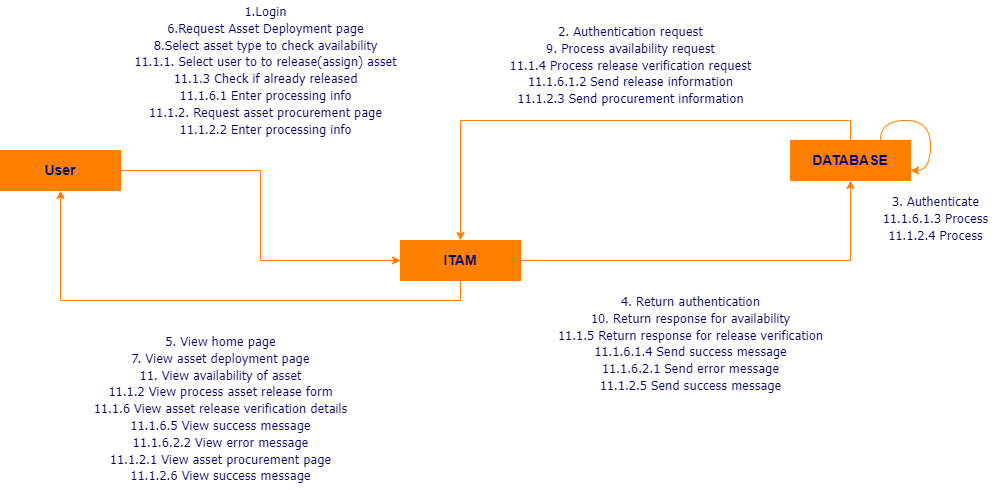
The draw.io diagram itam-uml/itam-communication-diagram/itam-communication-diagram-asset-release.png in kxh03/itam, before a commit. Source tidied: cells renumbered, new cells last; positions are measured from the earlier drawing's top-left corner, leaving out a move shared by most shapes.
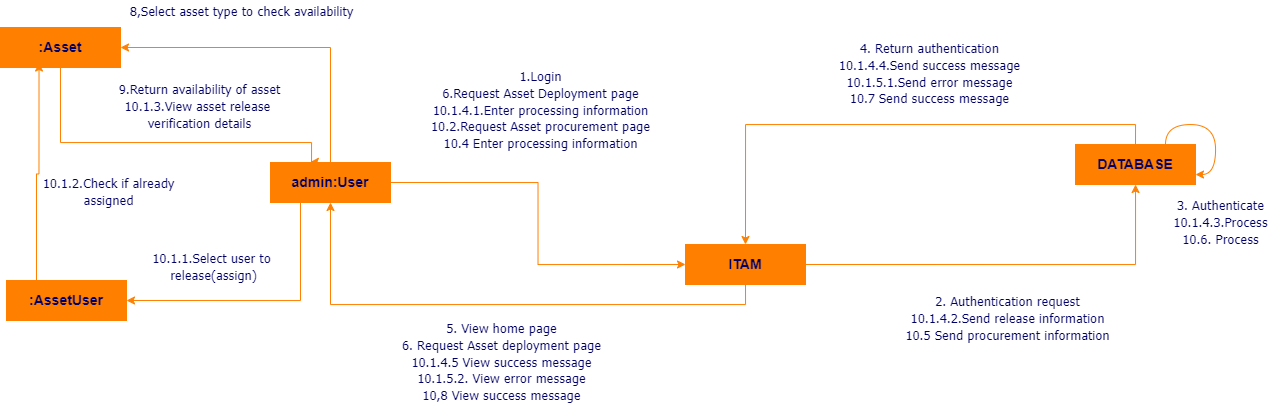
The same diagram one commit later.

Commit message:
Fix sequence and communication diagrams

Change to the diagram source:
```diff
@@ -20,26 +20,62 @@
     <mxCell id="7" style="edgeStyle=orthogonalEdgeStyle;rounded=0;jettySize=auto;html=1;exitX=1;exitY=0.5;exitDx=0;exitDy=0;entryX=0;entryY=0.5;entryDx=0;entryDy=0;strokeColor=#FF8000;" parent="1" edge="1" source="8" target="4">
       <mxGeometry relative="1" as="geometry" />
     </mxCell>
+    <mxCell id="15" style="edgeStyle=orthogonalEdgeStyle;rounded=0;jettySize=auto;html=1;exitX=0.5;exitY=0;exitDx=0;exitDy=0;entryX=1;entryY=0.5;entryDx=0;entryDy=0;strokeColor=#FF8000;" parent="1" edge="1" source="8" target="18">
+      <mxGeometry relative="1" as="geometry" />
+    </mxCell>
+    <mxCell id="16" style="edgeStyle=orthogonalEdgeStyle;rounded=0;jettySize=auto;html=1;exitX=0.25;exitY=1;exitDx=0;exitDy=0;entryX=1;entryY=0.5;entryDx=0;entryDy=0;strokeColor=#FF8000;" parent="1" edge="1" source="8" target="19">
+      <mxGeometry relative="1" as="geometry" />
+    </mxCell>
-    <mxCell id="8" value="&lt;font color=&quot;#000066&quot;&gt;&lt;span style=&quot;font-size: 14px;&quot;&gt;&lt;b&gt;User&lt;/b&gt;&lt;/span&gt;&lt;/font&gt;" style="rounded=0;whiteSpace=wrap;html=1;strokeColor=#FF8000;fillColor=#FF8000;" parent="1" vertex="1">
-      <mxGeometry y="150" width="120" height="40" as="geometry" />
+    <mxCell id="8" value="&lt;font color=&quot;#000066&quot;&gt;&lt;span style=&quot;font-size: 14px;&quot;&gt;&lt;b&gt;admin:User&lt;/b&gt;&lt;/span&gt;&lt;/font&gt;" style="rounded=0;whiteSpace=wrap;html=1;strokeColor=#FF8000;fillColor=#FF8000;" parent="1" vertex="1">
+      <mxGeometry x="-15" y="158" width="120" height="40" as="geometry" />
     </mxCell>
-    <mxCell id="9" value="&lt;div style=&quot;text-align: center&quot;&gt;&lt;span style=&quot;font-size: 13px;&quot;&gt;1.Login&lt;/span&gt;&lt;/div&gt;&lt;div style=&quot;text-align: center&quot;&gt;&lt;span style=&quot;font-size: 13px; background-color: initial;&quot;&gt;6.Request Asset Deployment page&lt;/span&gt;&lt;br&gt;&lt;/div&gt;&lt;div style=&quot;text-align: center&quot;&gt;&lt;span style=&quot;font-size: 13px; background-color: initial;&quot;&gt;8.Select asset type to check availability&lt;/span&gt;&lt;br&gt;&lt;/div&gt;&lt;div style=&quot;text-align: center&quot;&gt;&lt;span style=&quot;font-size: 13px; background-color: initial;&quot;&gt;11.1.1. Select user to to release(assign) asset&lt;/span&gt;&lt;/div&gt;&lt;div style=&quot;text-align: center&quot;&gt;&lt;span style=&quot;font-size: 13px; background-color: initial;&quot;&gt;11.1.3 Check if already released&lt;/span&gt;&lt;/div&gt;&lt;div style=&quot;text-align: center&quot;&gt;&lt;span style=&quot;font-size: 13px; background-color: initial;&quot;&gt;11.1.6.1 Enter processing info&lt;/span&gt;&lt;/div&gt;&lt;div style=&quot;text-align: center&quot;&gt;&lt;span style=&quot;font-size: 13px; background-color: initial;&quot;&gt;11.1.2. Request asset procurement page&lt;/span&gt;&lt;/div&gt;&lt;div style=&quot;text-align: center&quot;&gt;&lt;span style=&quot;font-size: 13px; background-color: initial;&quot;&gt;11.1.2.2 Enter processing info&lt;/span&gt;&lt;/div&gt;&lt;div style=&quot;text-align: center&quot;&gt;&lt;span style=&quot;font-size: 13px; background-color: initial;&quot;&gt;&lt;br&gt;&lt;/span&gt;&lt;/div&gt;&lt;div style=&quot;text-align: center&quot;&gt;&lt;br&gt;&lt;/div&gt;" style="text;html=1;align=center;verticalAlign=top;spacingTop=-4;fontSize=14;fontFamily=Tahoma;fontColor=#000066;" parent="1" vertex="1">
-      <mxGeometry x="120" width="290" height="180" as="geometry" />
+    <mxCell id="9" value="&lt;div style=&quot;text-align: center&quot;&gt;&lt;span style=&quot;font-size: 13px;&quot;&gt;1.Login&lt;/span&gt;&lt;/div&gt;&lt;div style=&quot;text-align: center&quot;&gt;&lt;span style=&quot;font-size: 13px; background-color: initial;&quot;&gt;6.Request Asset Deployment page&lt;/span&gt;&lt;br&gt;&lt;/div&gt;&lt;div style=&quot;text-align: center&quot;&gt;&lt;span style=&quot;font-size: 13px;&quot;&gt;10.1.4.1.Enter processing information&lt;/span&gt;&lt;/div&gt;&lt;div style=&quot;text-align: center&quot;&gt;&lt;span style=&quot;font-size: 13px;&quot;&gt;10.2.Request Asset procurement page&lt;/span&gt;&lt;/div&gt;&lt;div style=&quot;text-align: center&quot;&gt;&lt;span style=&quot;font-size: 13px;&quot;&gt;10.4 Enter processing information&lt;/span&gt;&lt;/div&gt;&lt;div style=&quot;text-align: center&quot;&gt;&lt;span style=&quot;font-size: 13px; background-color: initial;&quot;&gt;&lt;br&gt;&lt;/span&gt;&lt;/div&gt;&lt;div style=&quot;text-align: center&quot;&gt;&lt;br&gt;&lt;/div&gt;" style="text;html=1;align=center;verticalAlign=top;spacingTop=-4;fontSize=14;fontFamily=Tahoma;fontColor=#000066;" parent="1" vertex="1">
+      <mxGeometry x="136" y="61" width="237" height="125" as="geometry" />
     </mxCell>
-    <mxCell id="10" value="&lt;div style=&quot;text-align: center&quot;&gt;&lt;span style=&quot;font-size: 13px;&quot;&gt;2. Authentication request&lt;/span&gt;&lt;/div&gt;&lt;div style=&quot;text-align: center&quot;&gt;&lt;span style=&quot;font-size: 13px;&quot;&gt;9. Process availability request&lt;/span&gt;&lt;/div&gt;&lt;div style=&quot;text-align: center&quot;&gt;&lt;span style=&quot;font-size: 13px;&quot;&gt;11.1.4 Process release verification request&lt;/span&gt;&lt;/div&gt;&lt;div style=&quot;text-align: center&quot;&gt;&lt;span style=&quot;font-size: 13px;&quot;&gt;11.1.6.1.2 Send release information&lt;/span&gt;&lt;/div&gt;&lt;div style=&quot;text-align: center&quot;&gt;&lt;span style=&quot;font-size: 13px;&quot;&gt;11.1.2.3 Send procurement information&lt;/span&gt;&lt;/div&gt;" style="text;html=1;align=center;verticalAlign=top;spacingTop=-4;fontSize=14;fontFamily=Tahoma;fontColor=#000066;" parent="1" vertex="1">
-      <mxGeometry x="495" y="20" width="270" height="90" as="geometry" />
+    <mxCell id="10" value="&lt;div style=&quot;text-align: center&quot;&gt;&lt;span style=&quot;font-size: 13px;&quot;&gt;4. Return authentication&lt;/span&gt;&lt;/div&gt;&lt;div style=&quot;text-align: center&quot;&gt;&lt;span style=&quot;font-size: 13px;&quot;&gt;10.1.4.4.Send success message&lt;/span&gt;&lt;/div&gt;&lt;div style=&quot;text-align: center&quot;&gt;&lt;span style=&quot;font-size: 13px;&quot;&gt;10.1.5.1.Send error message&lt;/span&gt;&lt;/div&gt;&lt;div style=&quot;text-align: center&quot;&gt;&lt;span style=&quot;font-size: 13px;&quot;&gt;10.7 Send success message&lt;/span&gt;&lt;/div&gt;" style="text;html=1;align=center;verticalAlign=top;spacingTop=-4;fontSize=14;fontFamily=Tahoma;fontColor=#000066;" parent="1" vertex="1">
+      <mxGeometry x="544" y="33" width="199" height="74" as="geometry" />
     </mxCell>
-    <mxCell id="11" value="&lt;div style=&quot;text-align: center&quot;&gt;&lt;span style=&quot;font-size: 13px;&quot;&gt;4. Return authentication&lt;/span&gt;&lt;/div&gt;&lt;div style=&quot;text-align: center&quot;&gt;&lt;span style=&quot;font-size: 13px;&quot;&gt;10. Return response for availability&lt;/span&gt;&lt;/div&gt;&lt;div style=&quot;text-align: center&quot;&gt;&lt;span style=&quot;font-size: 13px;&quot;&gt;11.1.5 Return response for release verification&lt;/span&gt;&lt;/div&gt;&lt;div style=&quot;text-align: center&quot;&gt;&lt;span style=&quot;font-size: 13px;&quot;&gt;11.1.6.1.4 Send success message&lt;/span&gt;&lt;/div&gt;&lt;div style=&quot;text-align: center&quot;&gt;&lt;span style=&quot;font-size: 13px;&quot;&gt;11.1.6.2.1 Send error message&lt;/span&gt;&lt;/div&gt;&lt;div style=&quot;text-align: center&quot;&gt;&lt;span style=&quot;font-size: 13px;&quot;&gt;11.1.2.5 Send success message&lt;/span&gt;&lt;/div&gt;" style="text;html=1;align=center;verticalAlign=top;spacingTop=-4;fontSize=14;fontFamily=Tahoma;fontColor=#000066;" parent="1" vertex="1">
-      <mxGeometry x="545" y="290" width="290" height="110" as="geometry" />
+    <mxCell id="11" value="&lt;div style=&quot;text-align: center&quot;&gt;&lt;span style=&quot;font-size: 13px;&quot;&gt;2. Authentication request&lt;/span&gt;&lt;/div&gt;&lt;div style=&quot;text-align: center&quot;&gt;&lt;span style=&quot;font-size: 13px;&quot;&gt;10.1.4.2.Send release information&lt;/span&gt;&lt;/div&gt;&lt;div style=&quot;text-align: center&quot;&gt;&lt;span style=&quot;font-size: 13px;&quot;&gt;10.5 Send procurement information&lt;/span&gt;&lt;/div&gt;" style="text;html=1;align=center;verticalAlign=top;spacingTop=-4;fontSize=14;fontFamily=Tahoma;fontColor=#000066;" parent="1" vertex="1">
+      <mxGeometry x="611" y="286" width="222" height="57" as="geometry" />
     </mxCell>
     <mxCell id="12" style="edgeStyle=orthogonalEdgeStyle;orthogonalLoop=1;jettySize=auto;html=1;exitX=0.75;exitY=0;exitDx=0;exitDy=0;entryX=1;entryY=0.75;entryDx=0;entryDy=0;curved=1;strokeColor=#FF8000;" parent="1" edge="1" source="6" target="6">
       <mxGeometry relative="1" as="geometry" />
     </mxCell>
-    <mxCell id="13" value="&lt;div style=&quot;text-align: center&quot;&gt;&lt;span style=&quot;font-size: 13px;&quot;&gt;3. Authenticate&lt;/span&gt;&lt;/div&gt;&lt;div style=&quot;text-align: center&quot;&gt;&lt;span style=&quot;font-size: 13px;&quot;&gt;11.1.6.1.3 Process&lt;/span&gt;&lt;/div&gt;&lt;div style=&quot;text-align: center&quot;&gt;&lt;span style=&quot;font-size: 13px;&quot;&gt;11.1.2.4&amp;nbsp;&lt;/span&gt;&lt;span style=&quot;font-size: 13px; background-color: initial;&quot;&gt;Process&lt;/span&gt;&lt;/div&gt;" style="text;html=1;align=center;verticalAlign=top;spacingTop=-4;fontSize=14;fontFamily=Tahoma;fontColor=#000066;" parent="1" vertex="1">
-      <mxGeometry x="873" y="190" width="124" height="56" as="geometry" />
+    <mxCell id="13" value="&lt;div style=&quot;text-align: center&quot;&gt;&lt;span style=&quot;font-size: 13px;&quot;&gt;3. Authenticate&lt;/span&gt;&lt;/div&gt;&lt;div style=&quot;text-align: center&quot;&gt;&lt;span style=&quot;font-size: 13px;&quot;&gt;10.1.4.3.Process&lt;/span&gt;&lt;/div&gt;&lt;div style=&quot;text-align: center&quot;&gt;&lt;span style=&quot;font-size: 13px;&quot;&gt;10.6.&amp;nbsp;&lt;/span&gt;&lt;span style=&quot;font-size: 13px; background-color: initial;&quot;&gt;Process&lt;/span&gt;&lt;/div&gt;" style="text;html=1;align=center;verticalAlign=top;spacingTop=-4;fontSize=14;fontFamily=Tahoma;fontColor=#000066;" parent="1" vertex="1">
+      <mxGeometry x="879" y="190" width="112" height="57" as="geometry" />
     </mxCell>
-    <mxCell id="14" value="&lt;div style=&quot;text-align: center&quot;&gt;&lt;span style=&quot;font-size: 13px;&quot;&gt;5. View home page&lt;/span&gt;&lt;/div&gt;&lt;div style=&quot;text-align: center&quot;&gt;&lt;span style=&quot;font-size: 13px;&quot;&gt;7. View asset deployment page&lt;/span&gt;&lt;/div&gt;&lt;div style=&quot;text-align: center&quot;&gt;&lt;span style=&quot;font-size: 13px;&quot;&gt;11. View availability of asset&lt;/span&gt;&lt;/div&gt;&lt;div style=&quot;text-align: center&quot;&gt;&lt;span style=&quot;font-size: 13px;&quot;&gt;11.1.2 View process asset release form&lt;/span&gt;&lt;/div&gt;&lt;div style=&quot;text-align: center&quot;&gt;&lt;span style=&quot;font-size: 13px;&quot;&gt;11.1.6 View asset release verification details&lt;/span&gt;&lt;/div&gt;&lt;div style=&quot;text-align: center&quot;&gt;&lt;span style=&quot;font-size: 13px;&quot;&gt;11.1.6.5 View success message&lt;/span&gt;&lt;/div&gt;&lt;div style=&quot;text-align: center&quot;&gt;&lt;span style=&quot;font-size: 13px;&quot;&gt;11.1.6.2.2 View error message&lt;/span&gt;&lt;/div&gt;&lt;div style=&quot;text-align: center&quot;&gt;&lt;span style=&quot;font-size: 13px;&quot;&gt;11.1.2.1 View asset procurement page&lt;/span&gt;&lt;/div&gt;&lt;div style=&quot;text-align: center&quot;&gt;&lt;span style=&quot;font-size: 13px;&quot;&gt;11.1.2.6 View success message&lt;/span&gt;&lt;/div&gt;" style="text;html=1;align=center;verticalAlign=top;spacingTop=-4;fontSize=14;fontFamily=Tahoma;fontColor=#000066;" parent="1" vertex="1">
-      <mxGeometry x="80" y="330" width="280" height="160" as="geometry" />
+    <mxCell id="14" value="&lt;div style=&quot;text-align: center&quot;&gt;&lt;span style=&quot;font-size: 13px;&quot;&gt;5. View home page&lt;/span&gt;&lt;/div&gt;&lt;div style=&quot;text-align: center&quot;&gt;&lt;span style=&quot;font-size: 13px;&quot;&gt;6. Request Asset deployment page&lt;/span&gt;&lt;/div&gt;&lt;div style=&quot;text-align: center&quot;&gt;&lt;span style=&quot;font-size: 13px;&quot;&gt;10.1.4.5 View success message&lt;/span&gt;&lt;/div&gt;&lt;div style=&quot;text-align: center&quot;&gt;&lt;span style=&quot;font-size: 13px;&quot;&gt;10.1.5.2. View error message&lt;/span&gt;&lt;/div&gt;&lt;div style=&quot;text-align: center&quot;&gt;&lt;span style=&quot;font-size: 13px;&quot;&gt;10,8 View success message&lt;/span&gt;&lt;/div&gt;" style="text;html=1;align=center;verticalAlign=top;spacingTop=-4;fontSize=14;fontFamily=Tahoma;fontColor=#000066;" parent="1" vertex="1">
+      <mxGeometry x="107" y="313" width="217" height="92" as="geometry" />
     </mxCell>
+    <mxCell id="17" style="edgeStyle=orthogonalEdgeStyle;rounded=0;jettySize=auto;html=1;exitX=0.5;exitY=1;exitDx=0;exitDy=0;strokeColor=#FF8000;" parent="1" edge="1" source="18">
+      <mxGeometry relative="1" as="geometry">
+        <mxPoint x="25" y="157.5" as="targetPoint" />
+        <Array as="points">
+          <mxPoint x="-225" y="138" />
+          <mxPoint x="26" y="138" />
+        </Array>
+      </mxGeometry>
+    </mxCell>
+    <mxCell id="18" value="&lt;font color=&quot;#000066&quot;&gt;&lt;span style=&quot;font-size: 14px;&quot;&gt;&lt;b&gt;:Asset&lt;/b&gt;&lt;/span&gt;&lt;/font&gt;" style="rounded=0;whiteSpace=wrap;html=1;strokeColor=#FF8000;fillColor=#FF8000;" parent="1" vertex="1">
+      <mxGeometry x="-285" y="23" width="120" height="40" as="geometry" />
+    </mxCell>
+    <mxCell id="19" value="&lt;font color=&quot;#000066&quot;&gt;&lt;span style=&quot;font-size: 14px;&quot;&gt;&lt;b&gt;:AssetUser&lt;/b&gt;&lt;/span&gt;&lt;/font&gt;" style="rounded=0;whiteSpace=wrap;html=1;strokeColor=#FF8000;fillColor=#FF8000;" parent="1" vertex="1">
+      <mxGeometry x="-279" y="276" width="120" height="40" as="geometry" />
+    </mxCell>
+    <mxCell id="20" value="&lt;div style=&quot;text-align: center&quot;&gt;&lt;span style=&quot;font-size: 13px;&quot;&gt;8,Select asset type to check availability&lt;/span&gt;&lt;/div&gt;" style="text;html=1;align=center;verticalAlign=top;spacingTop=-4;fontSize=14;fontFamily=Tahoma;fontColor=#000066;" parent="1" vertex="1">
+      <mxGeometry x="-165" y="-4" width="241" height="23" as="geometry" />
+    </mxCell>
+    <mxCell id="21" value="&lt;div style=&quot;text-align: center&quot;&gt;&lt;span style=&quot;font-size: 13px;&quot;&gt;9.Return availability of asset&lt;/span&gt;&lt;/div&gt;&lt;div style=&quot;text-align: center&quot;&gt;&lt;span style=&quot;font-size: 13px;&quot;&gt;10.1.3.View asset release&amp;nbsp;&lt;/span&gt;&lt;/div&gt;&lt;div style=&quot;text-align: center&quot;&gt;&lt;span style=&quot;font-size: 13px;&quot;&gt;verification details&lt;/span&gt;&lt;/div&gt;" style="text;html=1;align=center;verticalAlign=top;spacingTop=-4;fontSize=14;fontFamily=Tahoma;fontColor=#000066;" parent="1" vertex="1">
+      <mxGeometry x="-176" y="74" width="180" height="57" as="geometry" />
+    </mxCell>
+    <mxCell id="22" style="edgeStyle=orthogonalEdgeStyle;rounded=0;jettySize=auto;html=1;exitX=0.25;exitY=0;exitDx=0;exitDy=0;entryX=0.321;entryY=0.888;entryDx=0;entryDy=0;entryPerimeter=0;strokeColor=#FF8000;" parent="1" edge="1" source="19" target="18">
+      <mxGeometry relative="1" as="geometry" />
+    </mxCell>
+    <mxCell id="23" value="&lt;div style=&quot;text-align: center&quot;&gt;&lt;span style=&quot;font-size: 13px;&quot;&gt;10.1.1.Select user to&amp;nbsp;&lt;/span&gt;&lt;/div&gt;&lt;div style=&quot;text-align: center&quot;&gt;&lt;span style=&quot;font-size: 13px;&quot;&gt;release(assign)&lt;/span&gt;&lt;/div&gt;" style="text;html=1;align=center;verticalAlign=top;spacingTop=-4;fontSize=14;fontFamily=Tahoma;fontColor=#000066;" parent="1" vertex="1">
+      <mxGeometry x="-143" y="243" width="141" height="40" as="geometry" />
+    </mxCell>
+    <mxCell id="24" value="&lt;span style=&quot;font-size: 13px;&quot;&gt;10.1.2.Check if already&lt;br&gt;assigned&lt;br&gt;&lt;/span&gt;" style="text;html=1;align=center;verticalAlign=top;spacingTop=-4;fontSize=14;fontFamily=Tahoma;fontColor=#000066;" parent="1" vertex="1">
+      <mxGeometry x="-252" y="168" width="149" height="40" as="geometry" />
+    </mxCell>
   </root>
 </mxGraphModel>
```
